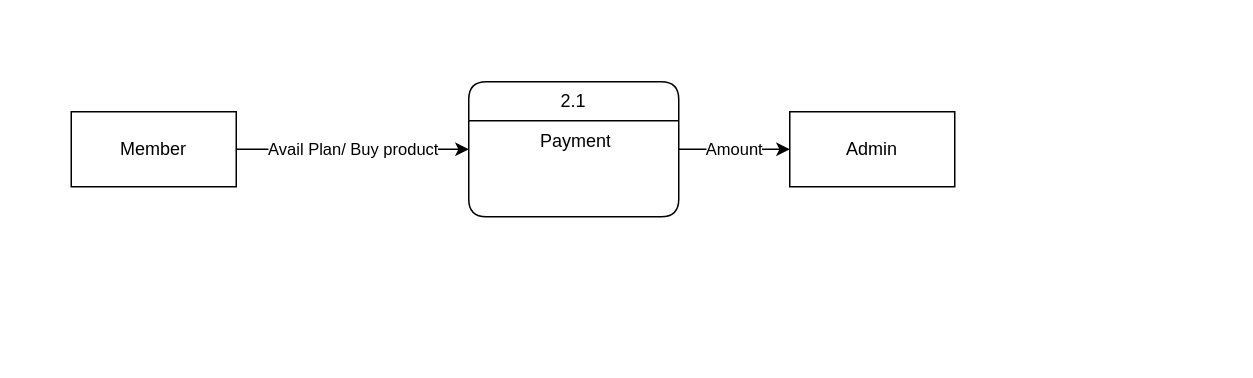
Before: page "Level 2 (Payment)" (2 of 9) of Untitled Diagram.drawio in FacundoBnts/app-dev, a draw.io diagram. Source tidied: cells renumbered, new cells numbered last; positions are measured from the earlier drawing's top-left corner, leaving out a move shared by most shapes. Both pictures are drawn from the tidied source at 150%, with x=0, y=0 at pixel (70, 81).
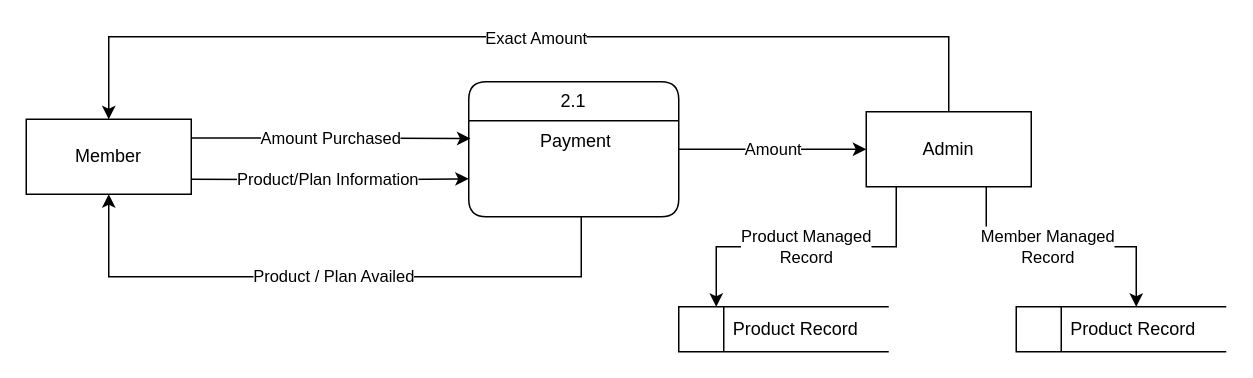
After the change.

Unchanged cells that the change refers to:
```xml
<mxCell id="5" value="&lt;div&gt;2.1&lt;/div&gt;" style="swimlane;fontStyle=0;horizontal=1;startSize=26;fillColor=none;whiteSpace=wrap;html=1;rounded=1;" parent="1" vertex="1">
  <mxGeometry x="265" width="140" height="90" as="geometry" />
</mxCell>
<mxCell id="6" value="&lt;div&gt;&amp;nbsp;Payment&lt;br&gt;&lt;/div&gt;" style="text;strokeColor=none;fillColor=none;align=center;verticalAlign=top;spacingLeft=4;spacingRight=4;overflow=hidden;points=[[0,0.5],[1,0.5]];portConstraint=eastwest;whiteSpace=wrap;html=1;" parent="5" vertex="1">
  <mxGeometry y="26" width="140" height="64" as="geometry" />
</mxCell>
```

Diff of the diagram source:
```diff
@@
-    <mxCell id="2" value="Avail Plan/ Buy product" style="edgeStyle=orthogonalEdgeStyle;rounded=0;jettySize=auto;html=1;exitX=1;exitY=0.5;exitDx=0;exitDy=0;entryX=0;entryY=0.5;entryDx=0;entryDy=0;" parent="1" edge="1" source="3" target="5">
-      <mxGeometry relative="1" as="geometry" />
+    <mxCell id="2" value="Product/Plan Information" style="edgeStyle=orthogonalEdgeStyle;rounded=0;orthogonalLoop=1;jettySize=auto;html=1;entryX=0;entryY=0.5;entryDx=0;entryDy=0;" parent="1" edge="1">
+      <mxGeometry x="-0.02" relative="1" as="geometry">
+        <mxPoint x="80" y="65" as="sourcePoint" />
+        <mxPoint x="265" y="64.7" as="targetPoint" />
+      </mxGeometry>
     </mxCell>
     <mxCell id="3" value="Member" style="html=1;whiteSpace=wrap;" parent="1" vertex="1">
-      <mxGeometry y="20" width="110" height="50" as="geometry" />
+      <mxGeometry x="-30" y="25" width="110" height="50" as="geometry" />
     </mxCell>
@@
+    <mxCell id="8" style="edgeStyle=orthogonalEdgeStyle;rounded=0;jettySize=auto;html=1;entryX=0.5;entryY=0;entryDx=0;entryDy=0;exitX=0.5;exitY=0;exitDx=0;exitDy=0;" parent="1" edge="1" source="7" target="3">
+      <mxGeometry relative="1" as="geometry">
+        <Array as="points">
+          <mxPoint x="585" y="-30" />
+          <mxPoint x="25" y="-30" />
+        </Array>
+      </mxGeometry>
+    </mxCell>
+    <mxCell id="9" value="Exact Amount" style="edgeLabel;html=1;align=center;verticalAlign=middle;" parent="8" vertex="1">
+      <mxGeometry x="0.01" y="-3" relative="1" as="geometry">
+        <mxPoint x="10" y="3" as="offset" />
+      </mxGeometry>
+    </mxCell>
+    <mxCell id="10" value="Product / Plan Availed" style="edgeStyle=orthogonalEdgeStyle;rounded=0;jettySize=auto;html=1;entryX=0.5;entryY=1;entryDx=0;entryDy=0;" parent="1" edge="1" source="5" target="3">
+      <mxGeometry relative="1" as="geometry">
+        <Array as="points">
+          <mxPoint x="340" y="130" />
+          <mxPoint x="25" y="130" />
+        </Array>
+      </mxGeometry>
+    </mxCell>
@@
+    <mxCell id="11" value="&lt;div&gt;Product Managed&lt;/div&gt;&lt;div&gt;Record&lt;br&gt;&lt;/div&gt;" style="edgeStyle=orthogonalEdgeStyle;rounded=0;jettySize=auto;html=1;" parent="1" edge="1" source="7" target="14">
+      <mxGeometry relative="1" as="geometry">
+        <Array as="points">
+          <mxPoint x="550" y="110" />
+          <mxPoint x="430" y="110" />
+        </Array>
+      </mxGeometry>
+    </mxCell>
+    <mxCell id="12" value="&lt;div&gt;Member Managed&lt;/div&gt;&lt;div&gt;Record&lt;br&gt;&lt;/div&gt;" style="edgeStyle=orthogonalEdgeStyle;rounded=0;orthogonalLoop=1;jettySize=auto;html=1;" parent="1" edge="1">
+      <mxGeometry x="-0.1" relative="1" as="geometry">
+        <mxPoint x="610" y="70" as="sourcePoint" />
+        <mxPoint x="710" y="150" as="targetPoint" />
+        <Array as="points">
+          <mxPoint x="610" y="110" />
+          <mxPoint x="710" y="110" />
+          <mxPoint x="710" y="150" />
+        </Array>
+      </mxGeometry>
+    </mxCell>
     <mxCell id="7" value="&lt;div&gt;Admin&lt;/div&gt;" style="html=1;whiteSpace=wrap;" parent="1" vertex="1">
-      <mxGeometry x="479" y="20" width="110" height="50" as="geometry" />
+      <mxGeometry x="530" y="20" width="110" height="50" as="geometry" />
     </mxCell>
+    <mxCell id="13" value="Amount Purchased" style="edgeStyle=orthogonalEdgeStyle;rounded=0;jettySize=auto;html=1;exitX=1;exitY=0.25;exitDx=0;exitDy=0;entryX=0.008;entryY=0.185;entryDx=0;entryDy=0;entryPerimeter=0;" parent="1" edge="1" source="3" target="6">
+      <mxGeometry relative="1" as="geometry" />
+    </mxCell>
+    <mxCell id="14" value="&amp;nbsp;&amp;nbsp;&amp;nbsp; Product Record" style="html=1;dashed=0;whiteSpace=wrap;shape=mxgraph.dfd.dataStoreID;align=center;spacingLeft=3;points=[[0,0],[0.5,0],[1,0],[0,0.5],[1,0.5],[0,1],[0.5,1],[1,1]];" parent="1" vertex="1">
+      <mxGeometry x="405" y="150" width="140" height="30" as="geometry" />
+    </mxCell>
+    <mxCell id="15" value="&amp;nbsp;&amp;nbsp;&amp;nbsp; Product Record" style="html=1;dashed=0;whiteSpace=wrap;shape=mxgraph.dfd.dataStoreID;align=center;spacingLeft=3;" parent="1" vertex="1">
+      <mxGeometry x="630" y="150" width="140" height="30" as="geometry" />
+    </mxCell>
```
